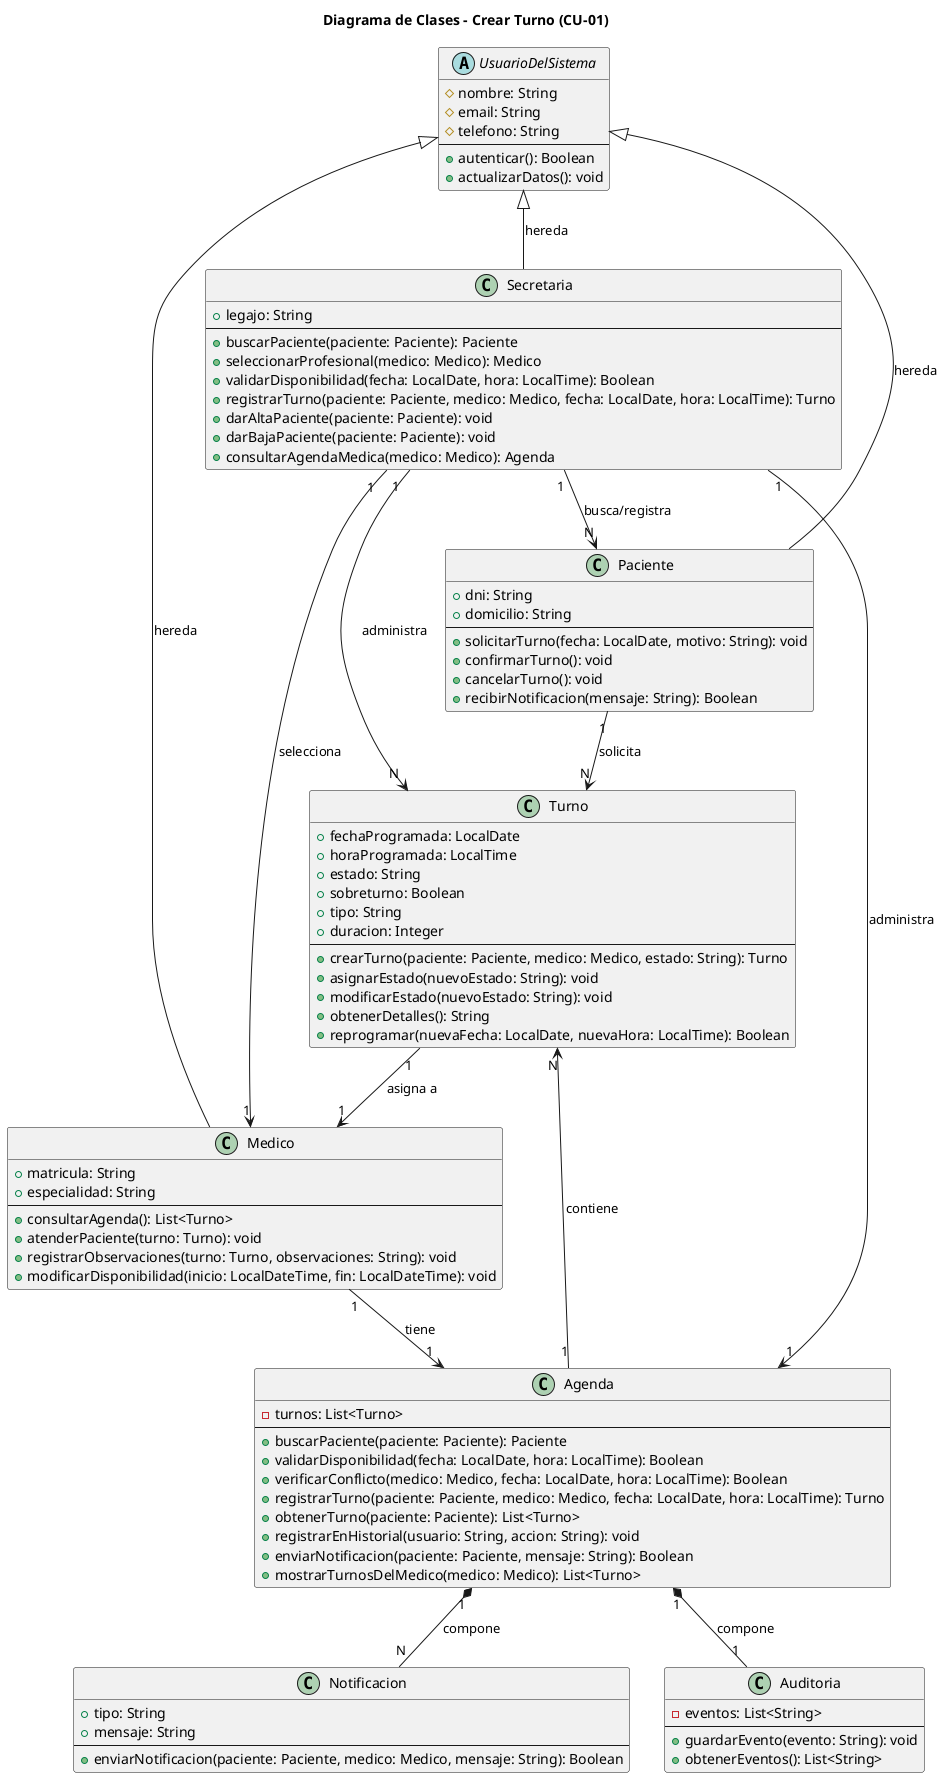
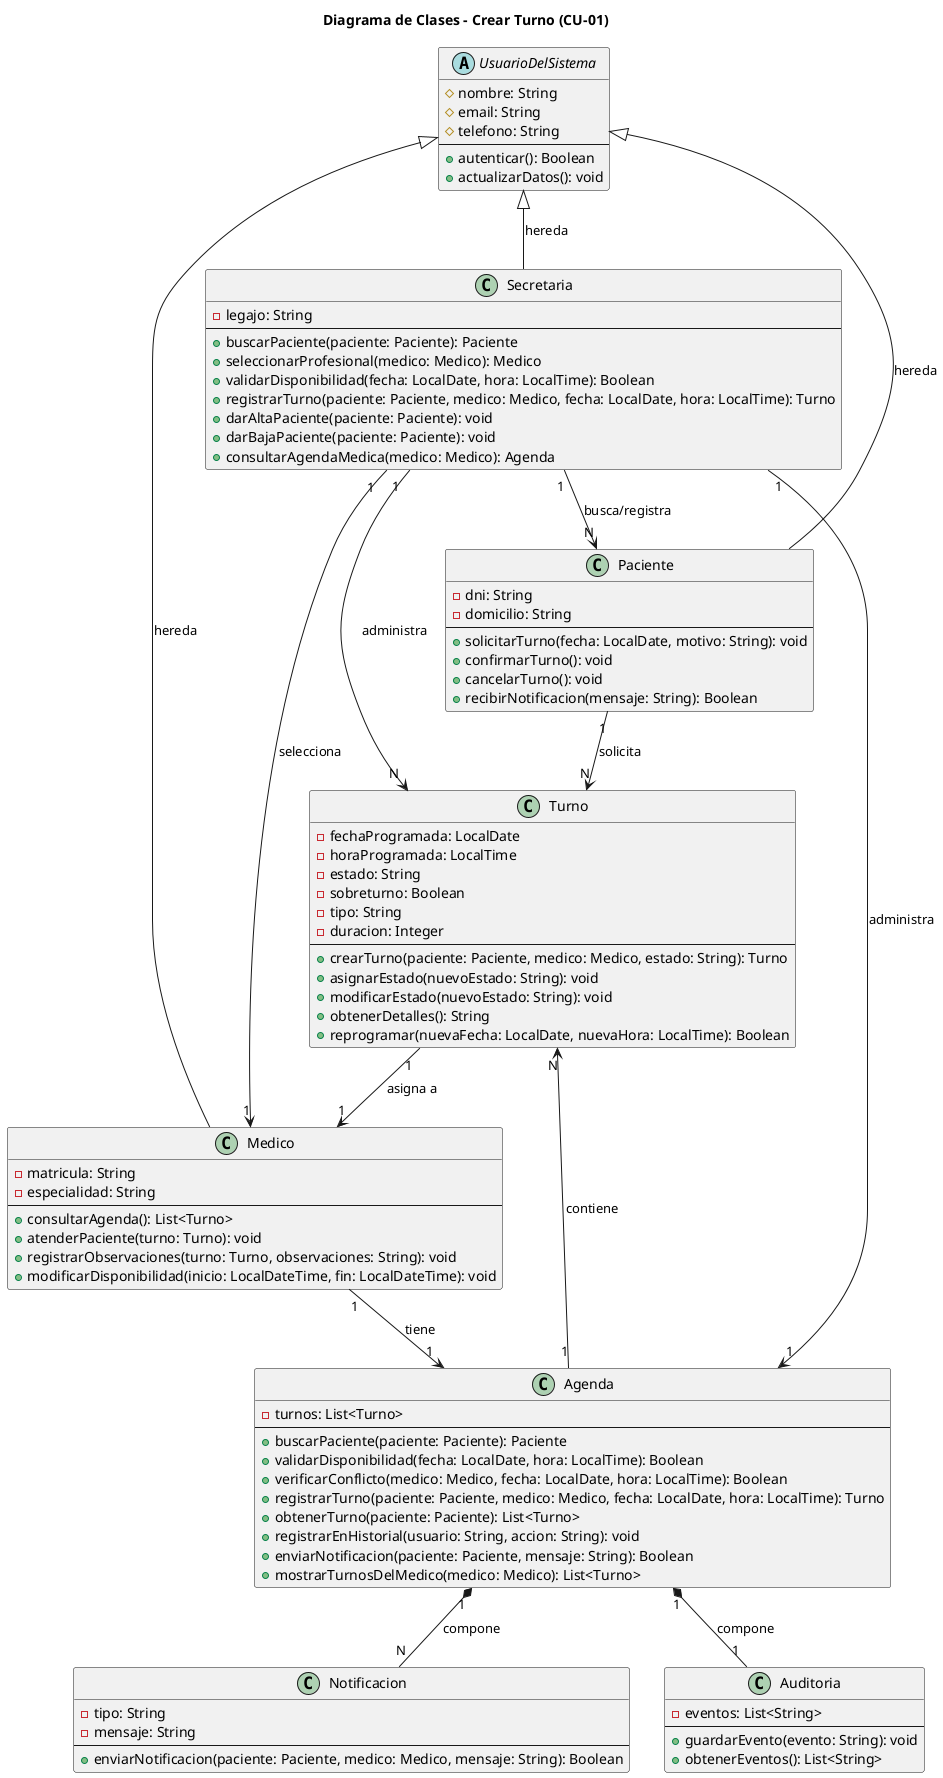
@startuml 01-clases-crear-turno-01

title Diagrama de Clases - Crear Turno (CU-01)

abstract class UsuarioDelSistema {
  # nombre: String
  # email: String
  # telefono: String
  --
  + autenticar(): Boolean
  + actualizarDatos(): void
}

class Paciente {
-   + dni: String
-   + domicilio: String
+   - dni: String
+   - domicilio: String
  --
  + solicitarTurno(fecha: LocalDate, motivo: String): void
  + confirmarTurno(): void
  + cancelarTurno(): void
  + recibirNotificacion(mensaje: String): Boolean
}

class Secretaria {
-   + legajo: String
+   - legajo: String
  --
  + buscarPaciente(paciente: Paciente): Paciente
  + seleccionarProfesional(medico: Medico): Medico
  + validarDisponibilidad(fecha: LocalDate, hora: LocalTime): Boolean
  + registrarTurno(paciente: Paciente, medico: Medico, fecha: LocalDate, hora: LocalTime): Turno
  + darAltaPaciente(paciente: Paciente): void
  + darBajaPaciente(paciente: Paciente): void
  + consultarAgendaMedica(medico: Medico): Agenda
}

class Medico {
-   + matricula: String
-   + especialidad: String
+   - matricula: String
+   - especialidad: String
  --
  + consultarAgenda(): List<Turno>
  + atenderPaciente(turno: Turno): void
  + registrarObservaciones(turno: Turno, observaciones: String): void
  + modificarDisponibilidad(inicio: LocalDateTime, fin: LocalDateTime): void
}

class Turno {
-   + fechaProgramada: LocalDate
-   + horaProgramada: LocalTime
-   + estado: String
-   + sobreturno: Boolean
-   + tipo: String
-   + duracion: Integer
+   - fechaProgramada: LocalDate
+   - horaProgramada: LocalTime
+   - estado: String
+   - sobreturno: Boolean
+   - tipo: String
+   - duracion: Integer
  --
  + crearTurno(paciente: Paciente, medico: Medico, estado: String): Turno
  + asignarEstado(nuevoEstado: String): void
  + modificarEstado(nuevoEstado: String): void
  + obtenerDetalles(): String
  + reprogramar(nuevaFecha: LocalDate, nuevaHora: LocalTime): Boolean
}

class Agenda {
  - turnos: List<Turno>
  --
  + buscarPaciente(paciente: Paciente): Paciente
  + validarDisponibilidad(fecha: LocalDate, hora: LocalTime): Boolean
  + verificarConflicto(medico: Medico, fecha: LocalDate, hora: LocalTime): Boolean
  + registrarTurno(paciente: Paciente, medico: Medico, fecha: LocalDate, hora: LocalTime): Turno
  + obtenerTurno(paciente: Paciente): List<Turno>
  + registrarEnHistorial(usuario: String, accion: String): void
  + enviarNotificacion(paciente: Paciente, mensaje: String): Boolean
  + mostrarTurnosDelMedico(medico: Medico): List<Turno>
}

class Notificacion {
-   + tipo: String
-   + mensaje: String
+   - tipo: String
+   - mensaje: String
  --
  + enviarNotificacion(paciente: Paciente, medico: Medico, mensaje: String): Boolean
}

class Auditoria {
  - eventos: List<String>
  --
  + guardarEvento(evento: String): void
  + obtenerEventos(): List<String>
}


UsuarioDelSistema <|-- Paciente : hereda
UsuarioDelSistema <|-- Secretaria : hereda
UsuarioDelSistema <|-- Medico : hereda

Secretaria "1 "--> "1" Agenda : administra
Secretaria "1 "--> "N" Paciente : busca/registra
Secretaria "1 "--> "1" Medico : selecciona
Secretaria "1 "--> "N" Turno : administra

Agenda "1" --> "N" Turno : contiene
Agenda "1" *-- "1" Auditoria : compone
Agenda "1" *-- "N" Notificacion : compone

Paciente "1" --> "N" Turno : solicita

Turno "1" --> "1" Medico : asigna a

Medico "1" -->  "1" Agenda : tiene

@enduml